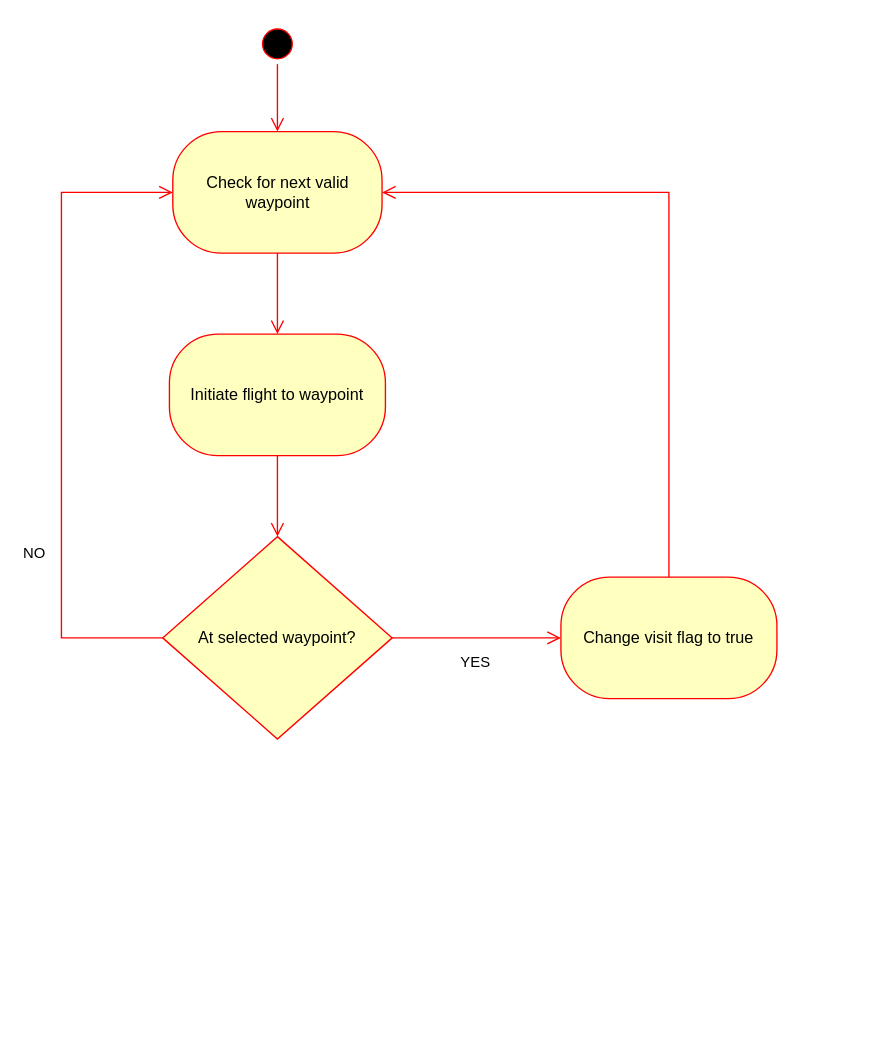
This is SDD/PathingStatechart.drawio from mead-d/Modeling-Unmanned-Aerial-Swarms-Using-Unreal-Game-Engine-and-AirSim-Simulator, a draw.io file, before an edit. Source tidied: cells renumbered, new cells numbered last; positions are measured from the earlier drawing's top-left corner, leaving out a move shared by most shapes. Both pictures are drawn from the tidied source at 135%, with x=0, y=0 at pixel (61, 23).
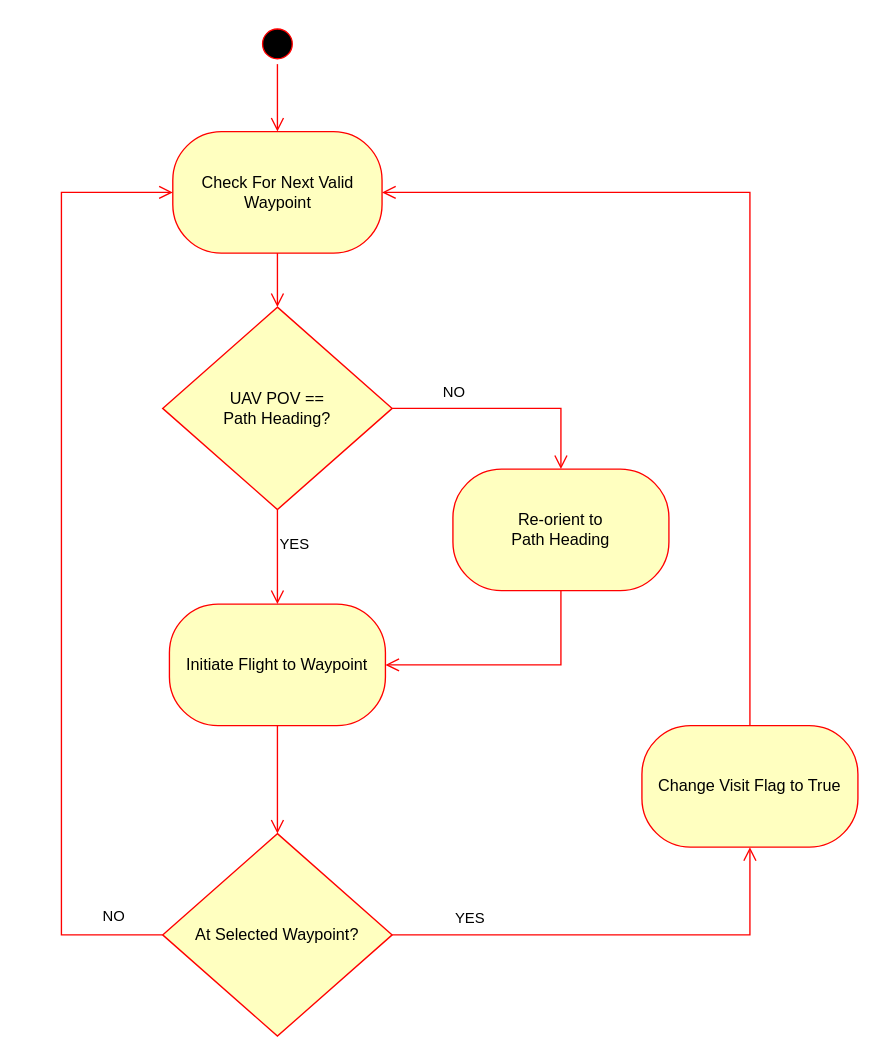
The same diagram, later.

The edit, as a diff of the source:
```diff
@@
-    <mxCell id="4" value="Check for next valid waypoint" style="rounded=1;whiteSpace=wrap;html=1;arcSize=40;fontColor=#000000;fillColor=#ffffc0;strokeColor=#ff0000;" parent="1" vertex="1">
+    <mxCell id="4" value="Check For Next Valid Waypoint" style="rounded=1;whiteSpace=wrap;html=1;arcSize=40;fontColor=#000000;fillColor=#ffffc0;strokeColor=#ff0000;" parent="1" vertex="1">
       <mxGeometry x="82.5" y="80" width="155" height="90" as="geometry" />
     </mxCell>
-    <mxCell id="5" style="edgeStyle=orthogonalEdgeStyle;html=1;verticalAlign=bottom;endArrow=open;endSize=8;strokeColor=#ff0000;rounded=0;entryX=0.5;entryY=0;entryDx=0;entryDy=0;" parent="1" edge="1" source="4" target="6">
+    <mxCell id="5" style="edgeStyle=orthogonalEdgeStyle;html=1;verticalAlign=bottom;endArrow=open;endSize=8;strokeColor=#ff0000;rounded=0;entryX=0.5;entryY=0;entryDx=0;entryDy=0;" parent="1" edge="1" source="4" target="16">
       <mxGeometry relative="1" as="geometry" />
     </mxCell>
-    <mxCell id="6" value="Initiate flight to waypoint" style="rounded=1;whiteSpace=wrap;html=1;arcSize=40;fontColor=#000000;fillColor=#ffffc0;strokeColor=#ff0000;" parent="1" vertex="1">
-      <mxGeometry x="80" y="230" width="160" height="90" as="geometry" />
+    <mxCell id="6" value="Initiate Flight to Waypoint" style="rounded=1;whiteSpace=wrap;html=1;arcSize=40;fontColor=#000000;fillColor=#ffffc0;strokeColor=#ff0000;" parent="1" vertex="1">
+      <mxGeometry x="80" y="430" width="160" height="90" as="geometry" />
     </mxCell>
@@
-    <mxCell id="8" value="At selected waypoint?" style="rhombus;whiteSpace=wrap;html=1;fillColor=#ffffc0;strokeColor=#ff0000;" parent="1" vertex="1">
-      <mxGeometry x="75" y="380" width="170" height="150" as="geometry" />
+    <mxCell id="8" value="At Selected Waypoint?" style="rhombus;whiteSpace=wrap;html=1;fillColor=#ffffc0;strokeColor=#ff0000;" parent="1" vertex="1">
+      <mxGeometry x="75" y="600" width="170" height="150" as="geometry" />
     </mxCell>
     <mxCell id="9" value="NO" style="edgeStyle=orthogonalEdgeStyle;html=1;align=left;verticalAlign=bottom;endArrow=open;endSize=8;strokeColor=#ff0000;rounded=0;exitX=0;exitY=0.5;exitDx=0;exitDy=0;entryX=0;entryY=0.5;entryDx=0;entryDy=0;" parent="1" edge="1" source="8" target="4">
-      <mxGeometry x="-0.47" y="30" relative="1" as="geometry">
+      <mxGeometry x="-0.87" y="-5" relative="1" as="geometry">
         <Array as="points">
-          <mxPoint y="455" />
+          <mxPoint y="675" />
           <mxPoint y="125" />
         </Array>
       </mxGeometry>
     </mxCell>
-    <mxCell id="10" value="YES" style="edgeStyle=orthogonalEdgeStyle;html=1;align=left;verticalAlign=top;endArrow=open;endSize=8;strokeColor=#ff0000;rounded=0;entryX=0;entryY=0.5;entryDx=0;entryDy=0;" parent="1" edge="1" source="8" target="11">
-      <mxGeometry x="-0.22" y="-5" relative="1" as="geometry" />
+    <mxCell id="10" value="YES" style="edgeStyle=orthogonalEdgeStyle;html=1;align=left;verticalAlign=top;endArrow=open;endSize=8;strokeColor=#ff0000;rounded=0;entryX=0.5;entryY=1;entryDx=0;entryDy=0;" parent="1" edge="1" source="8" target="11">
+      <mxGeometry x="-0.73" y="25" relative="1" as="geometry" />
     </mxCell>
-    <mxCell id="11" value="Change visit flag to true" style="rounded=1;whiteSpace=wrap;html=1;arcSize=40;fontColor=#000000;fillColor=#ffffc0;strokeColor=#ff0000;" parent="1" vertex="1">
-      <mxGeometry x="370" y="410" width="160" height="90" as="geometry" />
+    <mxCell id="11" value="Change Visit Flag to True" style="rounded=1;whiteSpace=wrap;html=1;arcSize=40;fontColor=#000000;fillColor=#ffffc0;strokeColor=#ff0000;" parent="1" vertex="1">
+      <mxGeometry x="430" y="520" width="160" height="90" as="geometry" />
     </mxCell>
-    <mxCell id="12" style="edgeStyle=orthogonalEdgeStyle;html=1;verticalAlign=bottom;endArrow=open;endSize=8;strokeColor=#ff0000;rounded=0;entryX=1;entryY=0.5;entryDx=0;entryDy=0;" parent="1" edge="1" source="11" target="4">
+    <mxCell id="12" style="edgeStyle=orthogonalEdgeStyle;html=1;verticalAlign=bottom;endArrow=open;endSize=8;strokeColor=#ff0000;rounded=0;entryX=1;entryY=0.5;entryDx=0;entryDy=0;exitX=0.5;exitY=0;exitDx=0;exitDy=0;" parent="1" edge="1" source="11" target="4">
       <mxGeometry relative="1" as="geometry">
         <Array as="points">
-          <mxPoint x="450" y="125" />
+          <mxPoint x="510" y="125" />
         </Array>
       </mxGeometry>
     </mxCell>
+    <mxCell id="13" value="&lt;div&gt;Re-orient to&lt;/div&gt;&lt;div&gt;Path Heading&lt;/div&gt;" style="rounded=1;whiteSpace=wrap;html=1;arcSize=40;fontColor=#000000;fillColor=#ffffc0;strokeColor=#ff0000;" parent="1" vertex="1">
+      <mxGeometry x="290" y="330" width="160" height="90" as="geometry" />
+    </mxCell>
+    <mxCell id="14" style="edgeStyle=orthogonalEdgeStyle;html=1;verticalAlign=bottom;endArrow=open;endSize=8;strokeColor=#ff0000;rounded=0;entryX=1;entryY=0.5;entryDx=0;entryDy=0;exitX=0.5;exitY=1;exitDx=0;exitDy=0;" parent="1" edge="1" source="13" target="6">
+      <mxGeometry relative="1" as="geometry" />
+    </mxCell>
+    <mxCell id="15" value="YES" style="edgeStyle=orthogonalEdgeStyle;html=1;align=left;verticalAlign=bottom;endArrow=open;endSize=8;strokeColor=#ff0000;rounded=0;exitX=0.5;exitY=1;exitDx=0;exitDy=0;entryX=0.5;entryY=0;entryDx=0;entryDy=0;" parent="1" edge="1" source="16" target="6">
+      <mxGeometry relative="1" as="geometry" />
+    </mxCell>
+    <mxCell id="16" value="&lt;div&gt;UAV POV ==&lt;/div&gt;&lt;div&gt;Path Heading?&lt;br&gt;&lt;/div&gt;" style="rhombus;whiteSpace=wrap;html=1;fillColor=#ffffc0;strokeColor=#ff0000;" parent="1" vertex="1">
+      <mxGeometry x="75" y="210" width="170" height="150" as="geometry" />
+    </mxCell>
+    <mxCell id="17" value="NO" style="edgeStyle=orthogonalEdgeStyle;html=1;align=left;verticalAlign=top;endArrow=open;endSize=8;strokeColor=#ff0000;rounded=0;entryX=0.5;entryY=0;entryDx=0;entryDy=0;exitX=1;exitY=0.5;exitDx=0;exitDy=0;" parent="1" edge="1" source="16" target="13">
+      <mxGeometry x="-0.58" y="25" relative="1" as="geometry" />
+    </mxCell>
```
